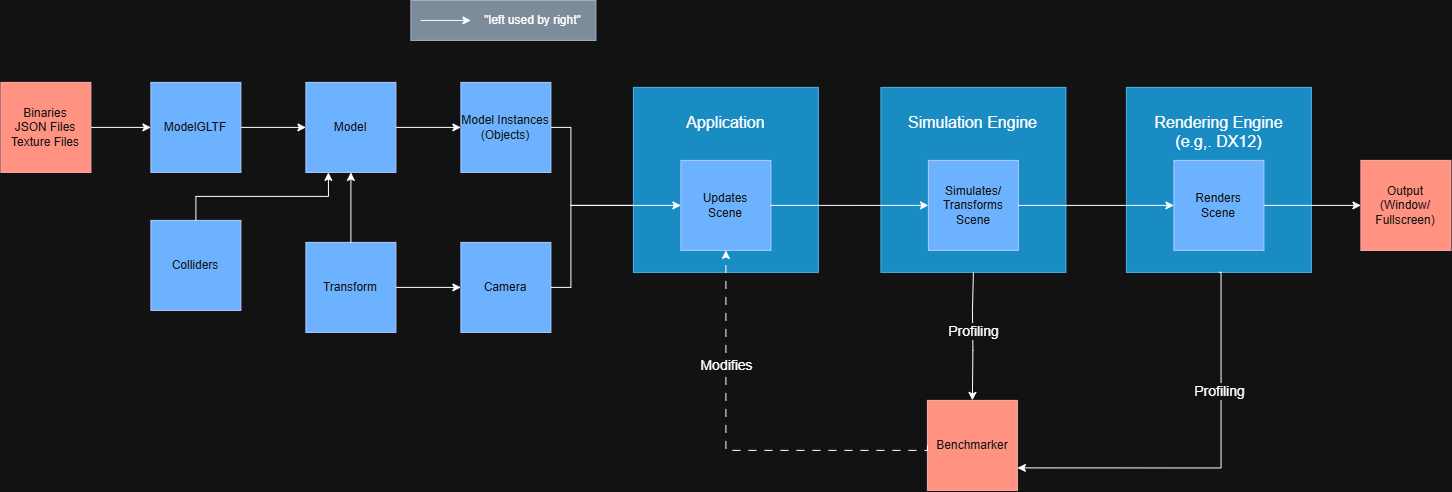
Earlier version of the draw.io export docs/images/BasicArchitecture.png (aanupam3/BouncyRoomDX12). Source tidied: cells renumbered, new cells last; positions are measured from the earlier drawing's top-left corner, leaving out a move shared by most shapes.
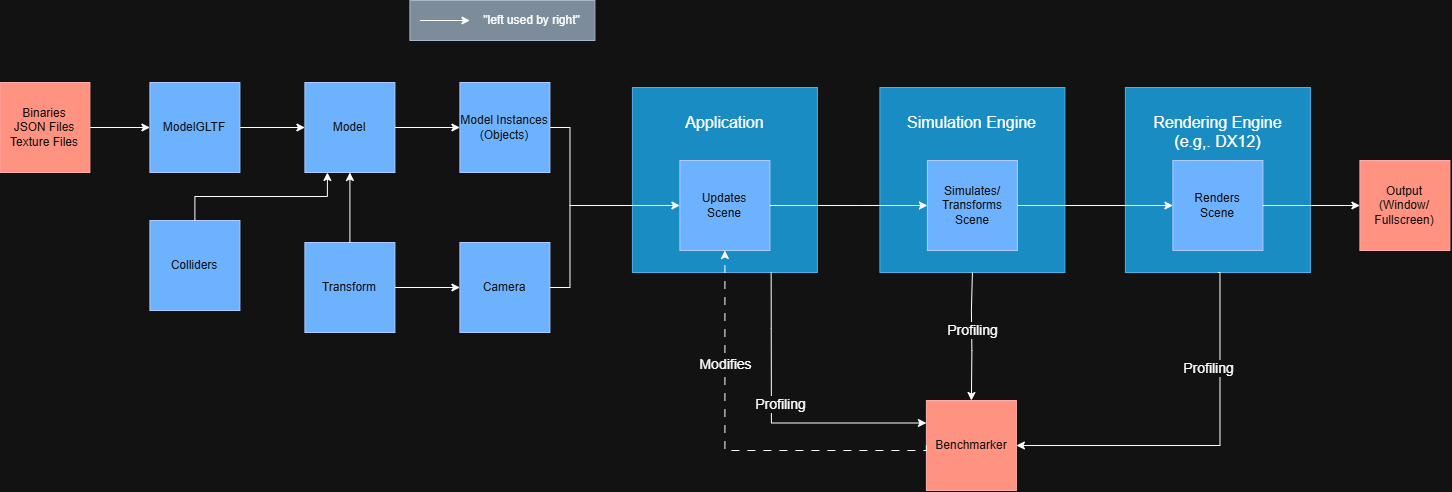
After the change.

Commit message:
[DOCUMENTATION] Updated Basic Architecture Image

What changed in the source:
```diff
@@ -125,11 +125,11 @@
         <mxPoint x="-7" y="-12" as="offset" />
       </mxGeometry>
     </mxCell>
-    <mxCell id="33" style="edgeStyle=orthogonalEdgeStyle;rounded=0;jettySize=auto;html=1;exitX=0.5;exitY=1;exitDx=0;exitDy=0;entryX=1;entryY=0.75;entryDx=0;entryDy=0;" parent="1" edge="1" source="22" target="35">
+    <mxCell id="33" style="edgeStyle=orthogonalEdgeStyle;rounded=0;jettySize=auto;html=1;exitX=0.5;exitY=1;exitDx=0;exitDy=0;entryX=1;entryY=0.5;entryDx=0;entryDy=0;" parent="1" edge="1" source="22" target="35">
       <mxGeometry relative="1" as="geometry">
         <Array as="points">
           <mxPoint x="1220.1" y="272" />
-          <mxPoint x="1220.1" y="467.5" />
+          <mxPoint x="1220.1" y="445" />
         </Array>
       </mxGeometry>
     </mxCell>
@@ -160,5 +160,19 @@
     <mxCell id="39" style="edgeStyle=orthogonalEdgeStyle;rounded=0;jettySize=auto;html=1;entryX=0.25;entryY=1;entryDx=0;entryDy=0;exitX=0.5;exitY=0;exitDx=0;exitDy=0;" parent="1" edge="1" source="38" target="6">
       <mxGeometry relative="1" as="geometry" />
     </mxCell>
+    <mxCell id="40" style="edgeStyle=orthogonalEdgeStyle;rounded=0;jettySize=auto;html=1;entryX=0;entryY=0.25;entryDx=0;entryDy=0;exitX=0.75;exitY=1;exitDx=0;exitDy=0;" parent="1" edge="1" source="25" target="35">
+      <mxGeometry relative="1" as="geometry">
+        <Array as="points">
+          <mxPoint x="771.3" y="328" />
+          <mxPoint x="771.5" y="328" />
+          <mxPoint x="771.5" y="422.5" />
+        </Array>
+      </mxGeometry>
+    </mxCell>
+    <mxCell id="41" value="Profiling" style="edgeLabel;html=1;align=center;verticalAlign=middle;fontSize=14;" parent="40" vertex="1">
+      <mxGeometry x="0.09" y="7" relative="1" as="geometry">
+        <mxPoint x="-7" y="-12" as="offset" />
+      </mxGeometry>
+    </mxCell>
   </root>
 </mxGraphModel>
```
